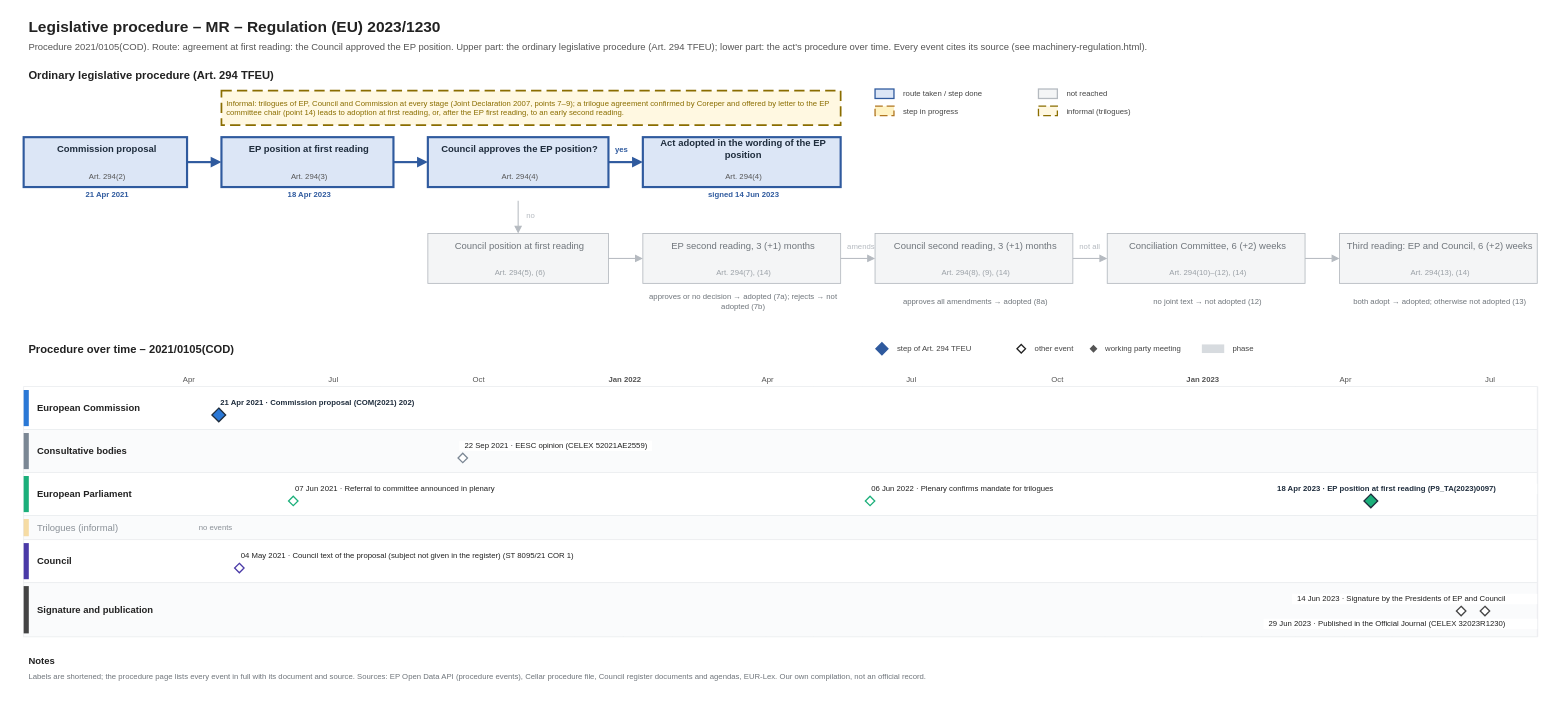
Before: procedures/machinery-regulation.drawio in git-z0man/eu-regulation-timeline, a draw.io diagram. Source tidied: cells renumbered, new cells numbered last; positions are measured from the earlier drawing's top-left corner, leaving out a move shared by most shapes. Both pictures are drawn from the tidied source at 86%, with x=0, y=0 at pixel (15, 15).
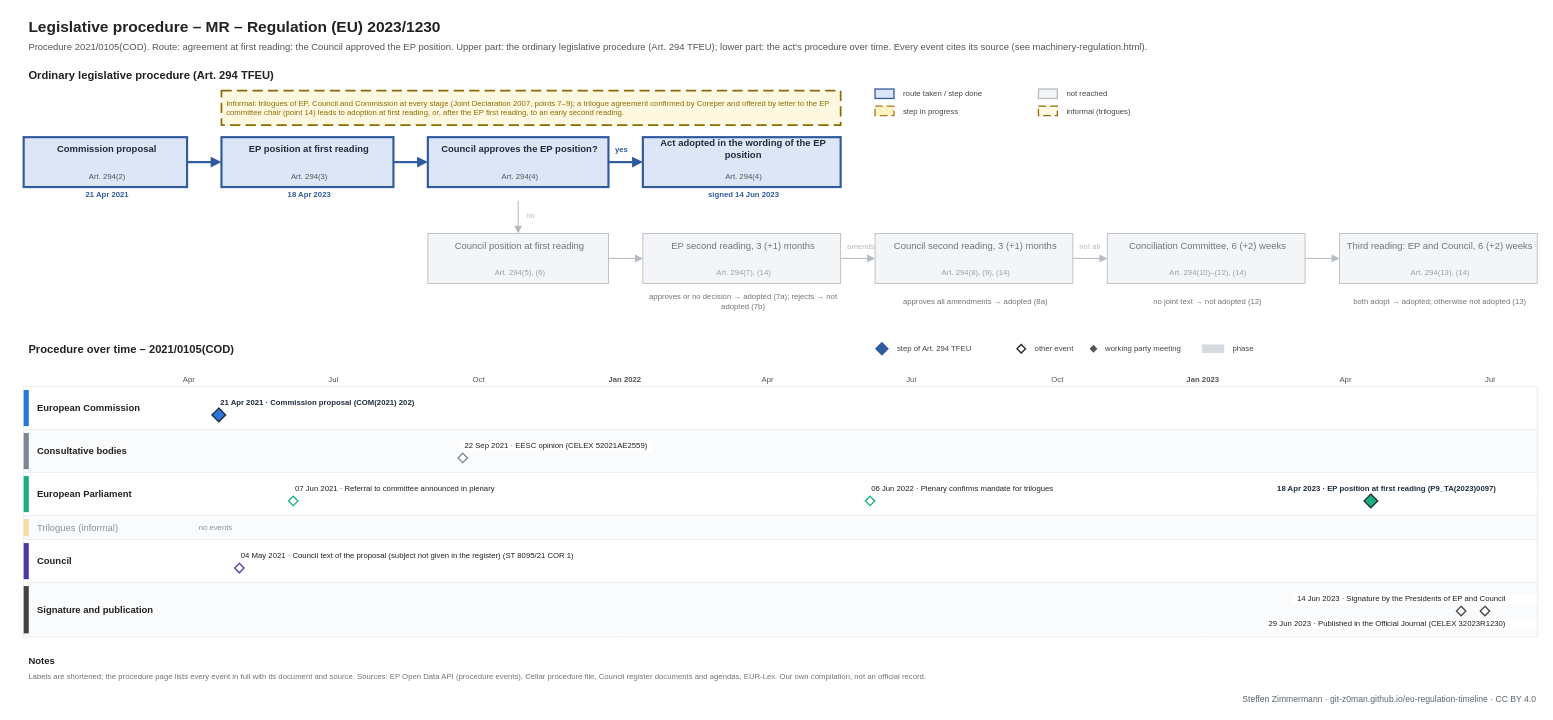
Above is the later version.

What changed in the source:
```diff
@@
+    <mxCell id="146" value="Steffen Zimmermann · git-z0man.github.io/eu-regulation-timeline · CC BY 4.0" style="text;html=1;fontSize=10;fontColor=#5b646b;align=right;verticalAlign=middle;spacingLeft=4;" parent="1" vertex="1">
+      <mxGeometry x="10" y="787" width="1760" height="16" as="geometry" />
+    </mxCell>
```
